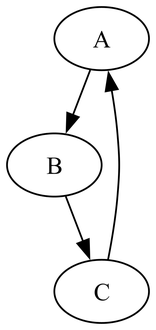
This is target/classes/output.png from ryanalfa94/-CSE-464-2024-ralfa, a Graphviz export, as it was before one commit. Its source is kept beside it as target/classes/output.dot.
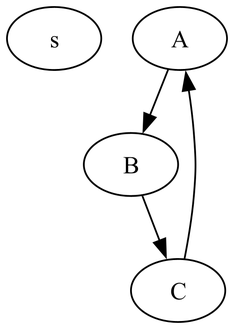
Later version of the same file.

Change to the diagram source:
```diff
@@ -1,4 +1,5 @@
 digraph "G" {
+"s"
 "A" -> "B"
 "B" -> "C"
 "C" -> "A"
```
